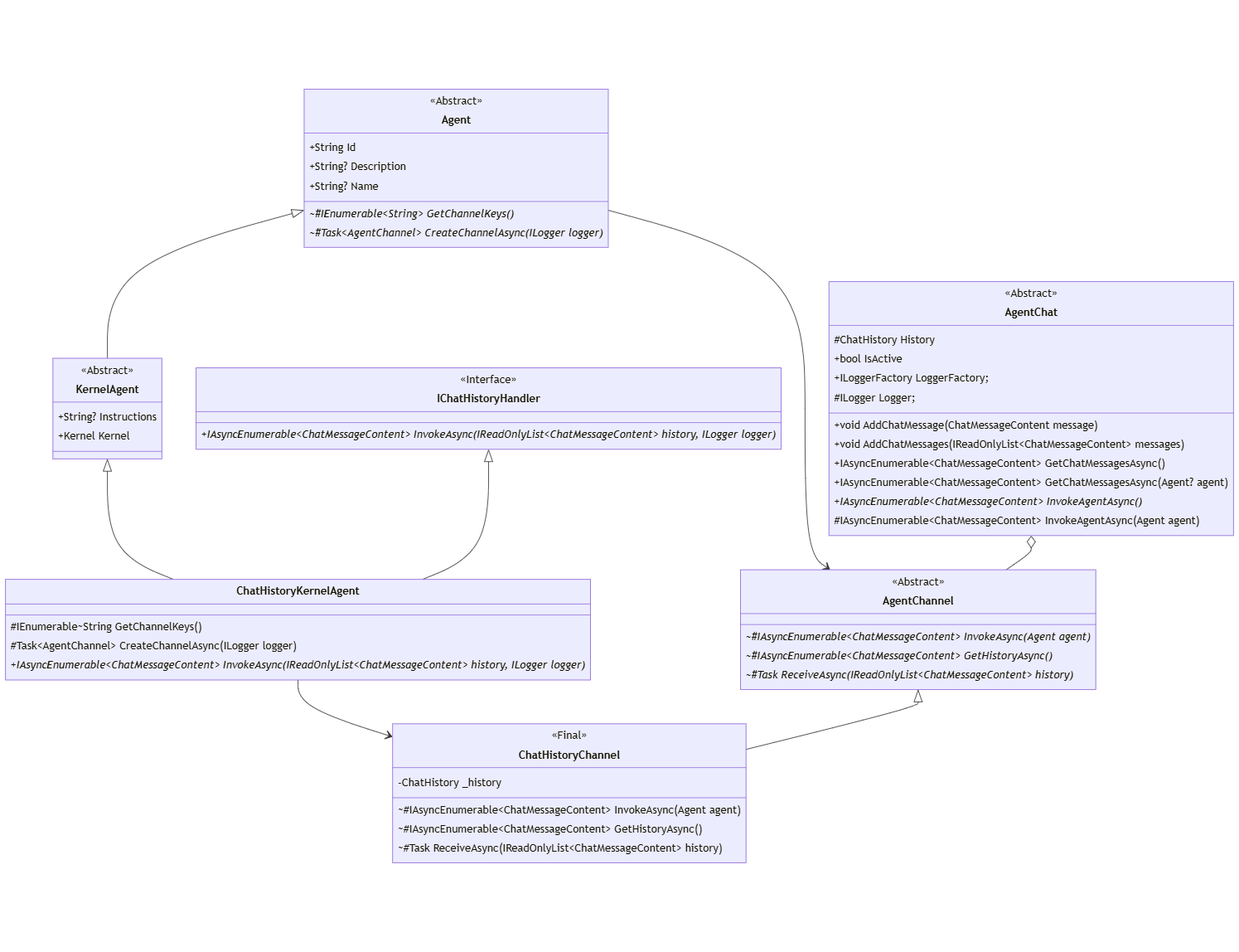
The Mermaid diagram docs/decisions/diagrams/agent-abstractions.png in microsoft/semantic-kernel, before a commit. Its source is kept beside it as docs/decisions/diagrams/agent-abstractions.mmd.
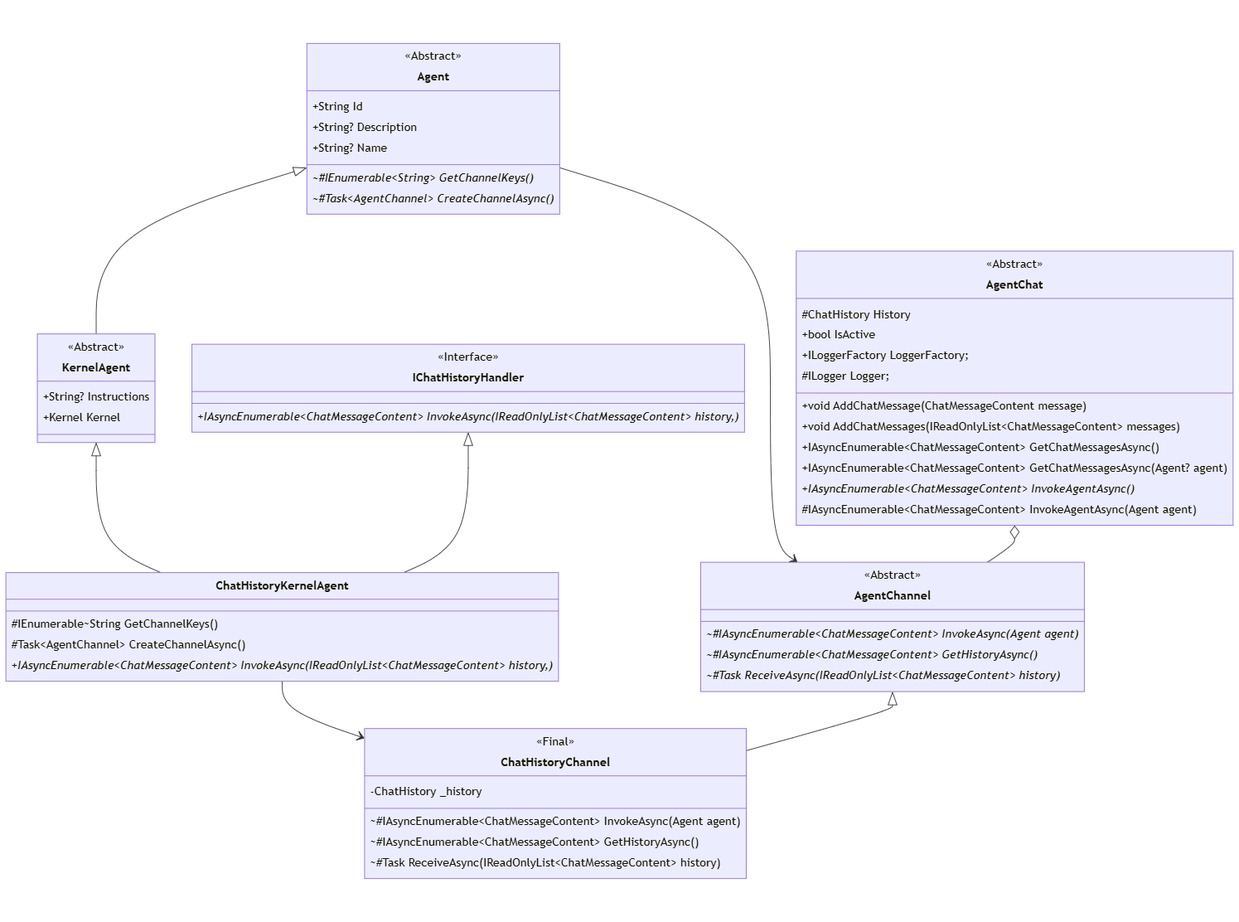
The same file after the commit.

What changed in the source:
```diff
@@ -7,7 +7,7 @@
         +String? Description
         +String? Name
         ~#IEnumerable~String~ GetChannelKeys()*
-        ~#Task~AgentChannel~ CreateChannelAsync(ILogger logger)*
+        ~#Task~AgentChannel~ CreateChannelAsync()*
     }
 
     class AgentChannel {
@@ -26,7 +26,7 @@
 
     class IChatHistoryHandler {
         <<Interface>>
-        +IAsyncEnumerable~ChatMessageContent~ InvokeAsync(IReadOnlyList~ChatMessageContent~ history, ILogger logger)*
+        +IAsyncEnumerable~ChatMessageContent~ InvokeAsync(IReadOnlyList~ChatMessageContent~ history, )*
     }
 
     KernelAgent <|-- ChatHistoryKernelAgent
@@ -34,8 +34,8 @@
     ChatHistoryKernelAgent --> ChatHistoryChannel
     class ChatHistoryKernelAgent {
         #IEnumerable~String GetChannelKeys()
-        #Task~AgentChannel~ CreateChannelAsync(ILogger logger)
-        +IAsyncEnumerable~ChatMessageContent~ InvokeAsync(IReadOnlyList~ChatMessageContent~ history, ILogger logger)*
+        #Task~AgentChannel~ CreateChannelAsync()
+        +IAsyncEnumerable~ChatMessageContent~ InvokeAsync(IReadOnlyList~ChatMessageContent~ history, )*
     }
 
     AgentChannel <|-- ChatHistoryChannel
```
